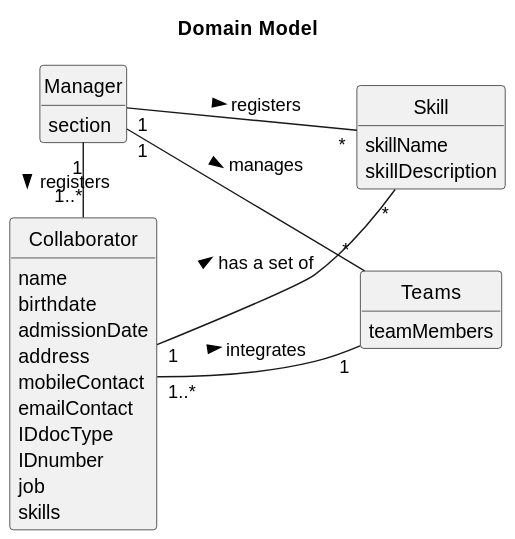
Before: docs/sprintA/us05/02.analysis/svg/us05-domain-model.svg, a diagram exported from PlantUML (Paulo-Pereira-at-ISEP/lei-24-s2-1nanb-g321).
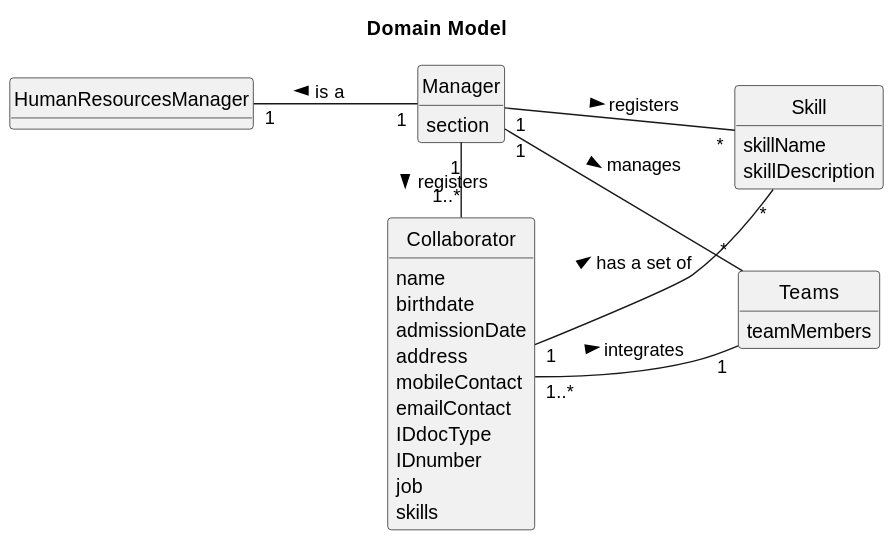
Above is the later version.

Commit message:
LGGPM-37 - US05 domain model update

Diff of the diagram source:
```diff
@@ -25,6 +25,10 @@
     skills
 }
 
+class HumanResourcesManager {
+
+}
+
 class Manager {
     section
 }
@@ -38,6 +42,7 @@
     teamMembers
 }
 
+Manager "1" --up "1" HumanResourcesManager: is a >
 Manager "1" --right "*" Skill: registers >
 Manager "1" --right "1..*" Collaborator: registers >
 Manager "1" -- "*" Teams: manages >
```
